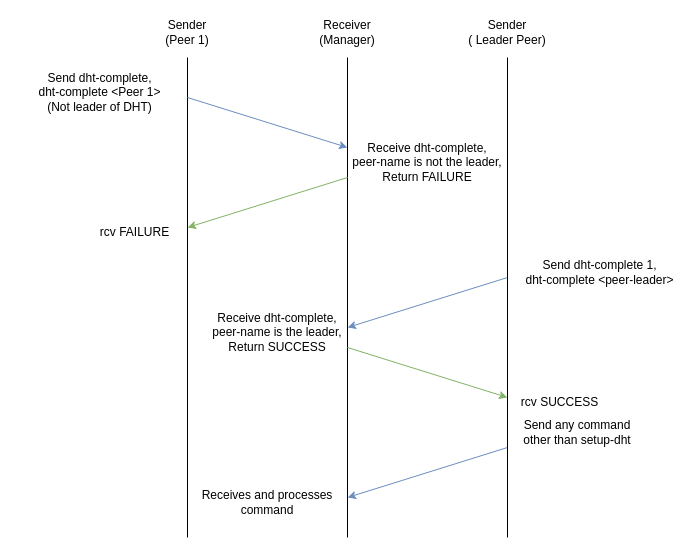
This is TS3_with_other_peers.drawio from TalonRoberts/cse360_helloworld, a draw.io file, before an edit. Source tidied: cells renumbered, new cells numbered last; positions are measured from the earlier drawing's top-left corner, leaving out a move shared by most shapes. Both pictures are drawn from the tidied source at 100%, with x=0, y=0 at pixel (17, 17).
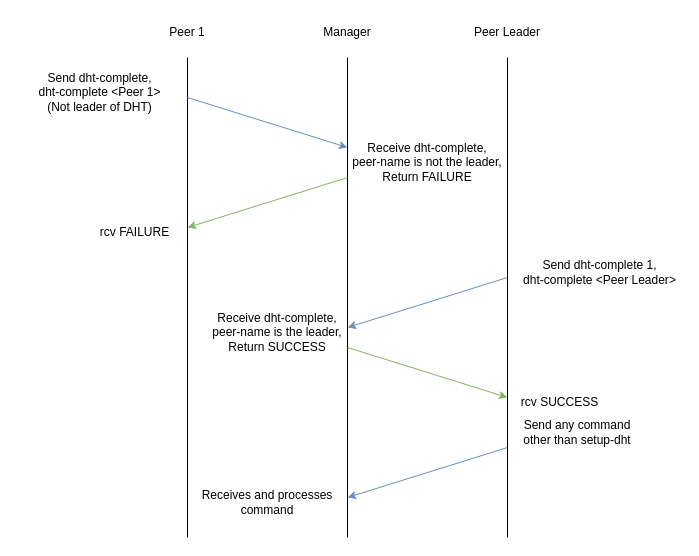
Above is the later version.

The edit, as a diff of the source:
```diff
@@
-    <mxCell id="4" value="Sender&lt;div&gt;(Peer 1)&lt;/div&gt;" style="text;strokeColor=none;align=center;fillColor=none;html=1;verticalAlign=middle;whiteSpace=wrap;rounded=0;" parent="1" vertex="1">
+    <mxCell id="4" value="&lt;span style=&quot;background-color: transparent; color: light-dark(rgb(0, 0, 0), rgb(255, 255, 255));&quot;&gt;Peer 1&lt;/span&gt;" style="text;strokeColor=none;align=center;fillColor=none;html=1;verticalAlign=middle;whiteSpace=wrap;rounded=0;" parent="1" vertex="1">
       <mxGeometry x="140" width="60" height="30" as="geometry" />
     </mxCell>
-    <mxCell id="5" value="Receiver&lt;div&gt;(Manager)&lt;/div&gt;" style="text;strokeColor=none;align=center;fillColor=none;html=1;verticalAlign=middle;whiteSpace=wrap;rounded=0;" parent="1" vertex="1">
+    <mxCell id="5" value="&lt;div&gt;Manager&lt;/div&gt;" style="text;strokeColor=none;align=center;fillColor=none;html=1;verticalAlign=middle;whiteSpace=wrap;rounded=0;" parent="1" vertex="1">
       <mxGeometry x="300" width="60" height="30" as="geometry" />
     </mxCell>
@@
-    <mxCell id="10" value="Send dht-complete 1,&lt;div&gt;dht-complete &amp;lt;peer-leader&amp;gt;&lt;/div&gt;" style="text;strokeColor=none;align=center;fillColor=none;html=1;verticalAlign=middle;whiteSpace=wrap;rounded=0;" parent="1" vertex="1">
+    <mxCell id="10" value="Send dht-complete 1,&lt;div&gt;dht-complete &amp;lt;Peer&amp;nbsp;&lt;span style=&quot;--tw-scale-x: 1; --tw-scale-y: 1; --tw-pan-x: ; --tw-pan-y: ; --tw-pinch-zoom: ; --tw-scroll-snap-strictness: proximity; --tw-gradient-from-position: ; --tw-gradient-via-position: ; --tw-gradient-to-position: ; --tw-ordinal: ; --tw-slashed-zero: ; --tw-numeric-figure: ; --tw-numeric-spacing: ; --tw-numeric-fraction: ; --tw-ring-inset: ; --tw-ring-offset-width: 0px; --tw-ring-offset-color: #fff; --tw-ring-color: rgb(59 130 246 / .5); --tw-ring-offset-shadow: 0 0 #0000; --tw-ring-shadow: 0 0 #0000; --tw-shadow: 0 0 #0000; --tw-shadow-colored: 0 0 #0000; --tw-blur: ; --tw-brightness: ; --tw-contrast: ; --tw-grayscale: ; --tw-hue-rotate: ; --tw-invert: ; --tw-saturate: ; --tw-sepia: ; --tw-drop-shadow: ; --tw-backdrop-blur: ; --tw-backdrop-brightness: ; --tw-backdrop-contrast: ; --tw-backdrop-grayscale: ; --tw-backdrop-hue-rotate: ; --tw-backdrop-invert: ; --tw-backdrop-opacity: ; --tw-backdrop-saturate: ; --tw-backdrop-sepia: ; color: light-dark(rgb(0, 0, 0), rgb(255, 255, 255)); background-color: transparent;&quot;&gt;Leader&lt;/span&gt;&amp;gt;&lt;/div&gt;" style="text;strokeColor=none;align=center;fillColor=none;html=1;verticalAlign=middle;whiteSpace=wrap;rounded=0;" parent="1" vertex="1">
       <mxGeometry x="500" y="240" width="165" height="30" as="geometry" />
     </mxCell>
@@
-    <mxCell id="19" value="Sender&lt;div&gt;( Leader Peer)&lt;/div&gt;" style="text;strokeColor=none;align=center;fillColor=none;html=1;verticalAlign=middle;whiteSpace=wrap;rounded=0;" parent="1" vertex="1">
+    <mxCell id="19" value="&lt;span style=&quot;background-color: transparent; color: light-dark(rgb(0, 0, 0), rgb(255, 255, 255));&quot;&gt;Peer&amp;nbsp;&lt;/span&gt;&lt;span style=&quot;background-color: transparent; color: light-dark(rgb(0, 0, 0), rgb(255, 255, 255));&quot;&gt;Leader&lt;/span&gt;" style="text;strokeColor=none;align=center;fillColor=none;html=1;verticalAlign=middle;whiteSpace=wrap;rounded=0;" parent="1" vertex="1">
       <mxGeometry x="440" width="100" height="30" as="geometry" />
     </mxCell>
```
